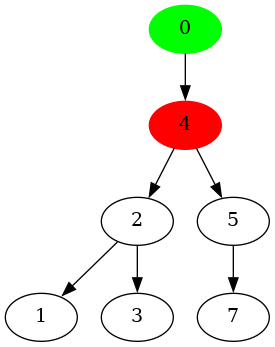
Les-Alchimistes-Labs/AlgorithmVisualizer keeps this Graphviz diagram as algorithm_visualizer/src/save/tmp/tree.png. Above is the earlier version. Its source is kept beside it as algorithm_visualizer/src/save/tmp/tree.dot.
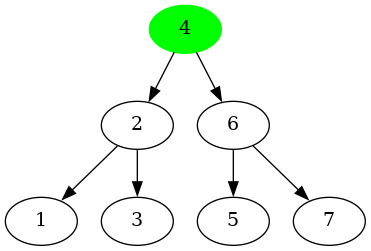
After the commit.

The edit, as a diff of the source:
```diff
@@ -1,15 +1,15 @@
 digraph tree {
-n0 [label="0", style = filled , color = green]
-n4 [label="4", style = filled , color = red]
+n4 [label="4", style = filled , color = green]
 n2 [label="2"]
 n1 [label="1"]
 n3 [label="3"]
+n6 [label="6"]
 n5 [label="5"]
 n7 [label="7"]
-n0->n4
 n4->n2
-n4->n5
+n4->n6
 n2->n1
 n2->n3
-n5->n7
+n6->n5
+n6->n7
 }
```
